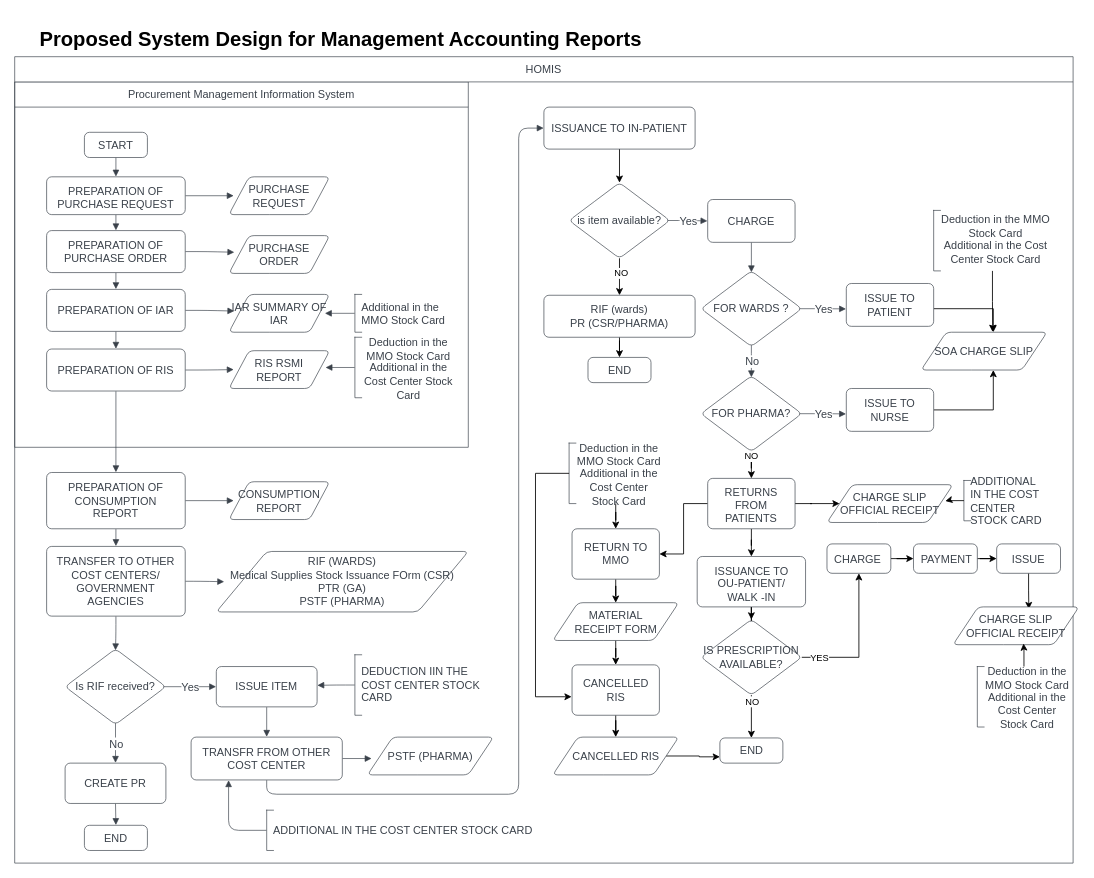
Earlier version of the draw.io diagram consumption report.drawio (johnpaul4474/FMO-accounting). Source tidied: cells renumbered, new cells numbered last; positions are measured from the earlier drawing's top-left corner, leaving out a move shared by most shapes. Both pictures are drawn from the tidied source at 84%, with x=0, y=0 at pixel (14, 23).
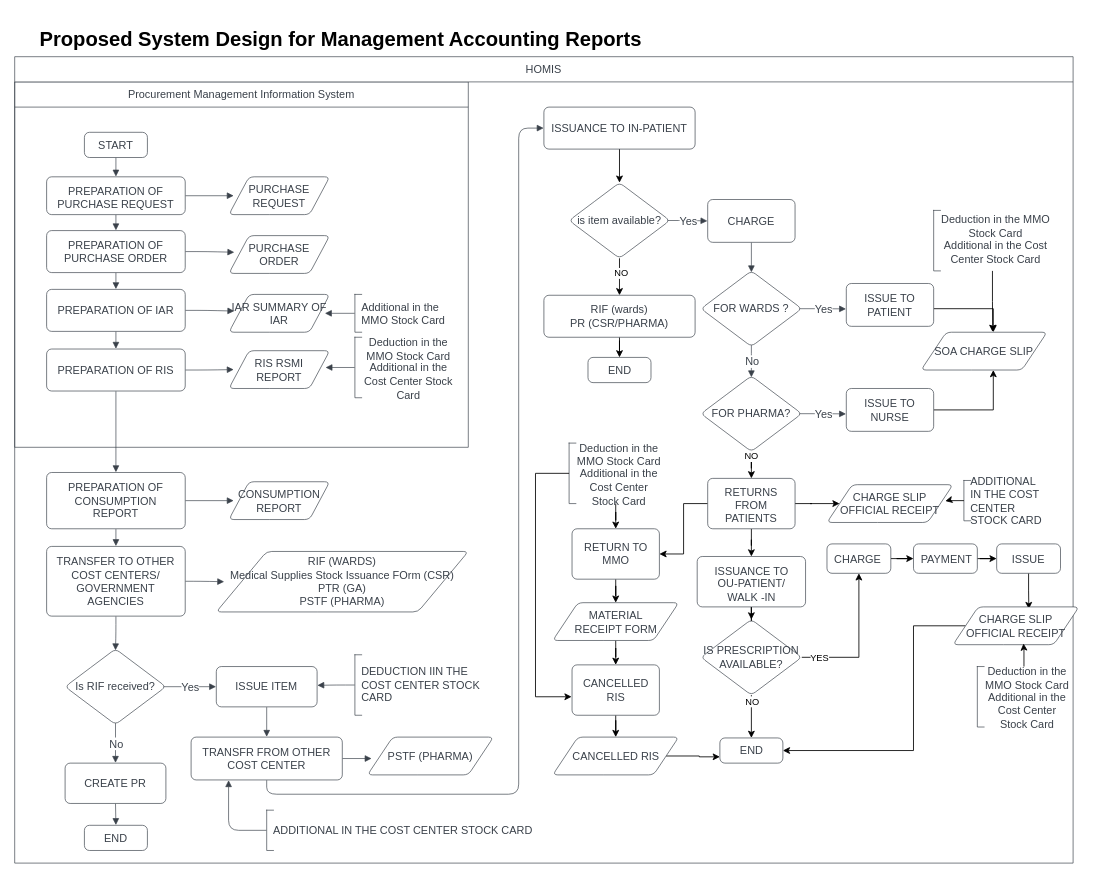
After the change.

Unchanged cells that the change refers to:
```xml
<mxCell id="109" value="CHARGE SLIP OFFICIAL RECEIPT" style="html=1;overflow=block;blockSpacing=1;whiteSpace=wrap;shape=parallelogram;perimeter=parallelogramPerimeter;anchorPointDirection=0;fontSize=13;fontColor=#3a414a;align=center;spacing=3.8;strokeColor=#3a414a;strokeOpacity=100;fillOpacity=100;rounded=1;absoluteArcSize=1;arcSize=12;fillColor=#ffffff;strokeWidth=0.8;lucidId=Qwu9850xb47S;" parent="1" vertex="1">
  <mxGeometry x="1117" y="695" width="150" height="45" as="geometry" />
</mxCell>
<mxCell id="113" value="END" style="html=1;overflow=block;blockSpacing=1;whiteSpace=wrap;fontSize=13;fontColor=#3a414a;align=center;spacing=3.8;strokeColor=#3a414a;strokeOpacity=100;fillOpacity=100;rounded=1;absoluteArcSize=1;arcSize=12;fillColor=#ffffff;strokeWidth=0.8;lucidId=Yuu9mWWG0m_-;" parent="1" vertex="1">
  <mxGeometry x="839.5" y="851" width="75" height="30" as="geometry" />
</mxCell>
```

Diff of the diagram source:
```diff
@@
+    <mxCell id="127" style="edgeStyle=orthogonalEdgeStyle;rounded=0;jettySize=auto;html=1;entryX=1;entryY=0.5;entryDx=0;entryDy=0;" parent="1" edge="1" source="109" target="113">
+      <mxGeometry relative="1" as="geometry">
+        <Array as="points">
+          <mxPoint x="1070" y="718" />
+          <mxPoint x="1070" y="866" />
+        </Array>
+      </mxGeometry>
+    </mxCell>
```
